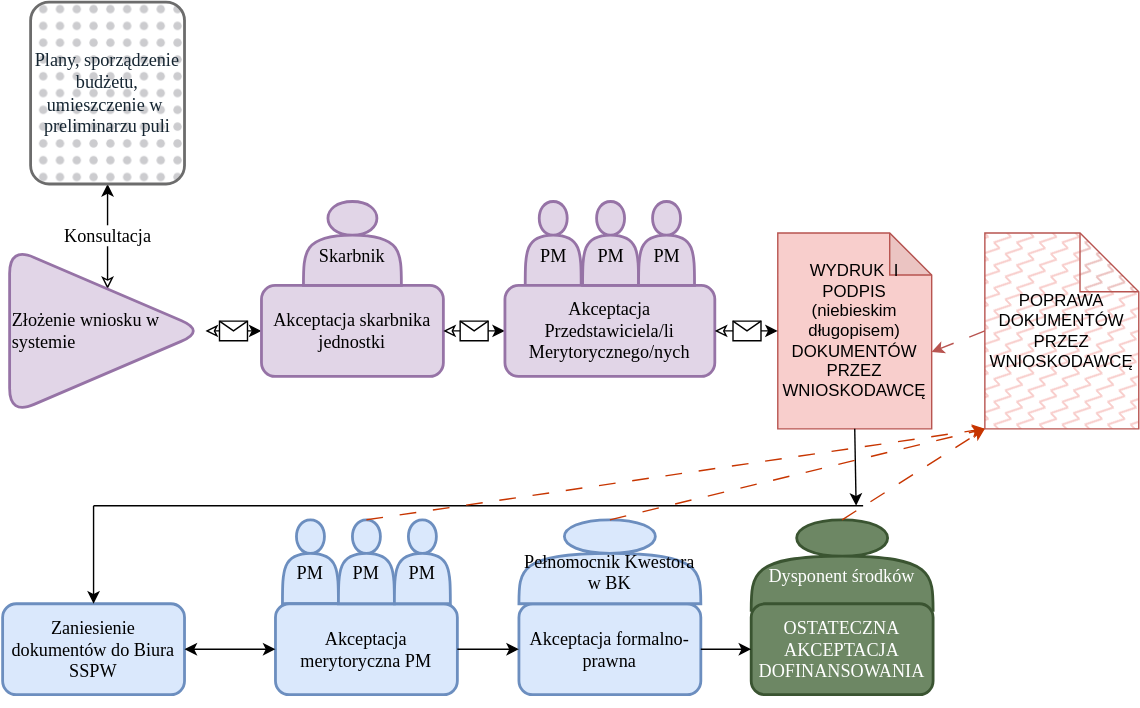
Earlier version of the draw.io export RYSUNEK PROCES WNIOSKOWANIA.svg (WelfareUnit/rysunki). Source tidied: cells renumbered, new cells last; positions are measured from the earlier drawing's top-left corner, leaving out a move shared by most shapes. Source of this version:
```xml
<mxGraphModel>
  <root>
    <mxCell id="0" />
    <mxCell id="1" parent="0" />
    <mxCell id="2" value="&lt;div style=&quot;font-size: 13px;&quot;&gt;Konsultacja&lt;/div&gt;" style="edgeStyle=orthogonalEdgeStyle;rounded=0;jettySize=auto;html=1;exitX=0.5;exitY=0;exitDx=0;exitDy=0;entryX=0.5;entryY=1;entryDx=0;entryDy=0;fontFamily=Source Sans 3;startArrow=classic;startFill=0;fontSize=13;fontSource=https%3A%2F%2Ffonts.googleapis.com%2Fcss%3Ffamily%3DSource%2BSans%2B3;" parent="1" edge="1" source="3" target="4">
      <mxGeometry relative="1" as="geometry" />
    </mxCell>
    <mxCell id="3" value="Złożenie wniosku w systemie" style="triangle;whiteSpace=wrap;html=1;fontFamily=Source Sans 3;align=left;strokeWidth=2;rounded=1;fillColor=#e1d5e7;strokeColor=#9673a6;fontSize=13;fontSource=https%3A%2F%2Ffonts.googleapis.com%2Fcss%3Ffamily%3DSource%2BSans%2B3;arcSize=38;" parent="1" vertex="1">
      <mxGeometry x="5" y="175" width="140" height="120" as="geometry" />
    </mxCell>
    <mxCell id="4" value="&lt;div align=&quot;center&quot;&gt;Plany, sporządzenie budżetu, umieszczenie w&amp;nbsp; preliminarzu puli&lt;br&gt;&lt;/div&gt;" style="rounded=1;whiteSpace=wrap;html=1;fontFamily=Source Sans 3;fontSize=13;strokeColor=#6C6C6C;strokeWidth=2;fillColor=#CCCCCF;align=center;fontColor=#162632;fontSource=https%3A%2F%2Ffonts.googleapis.com%2Fcss%3Ffamily%3DSource%2BSans%2B3;gradientColor=none;fillStyle=dots;arcSize=12;" parent="1" vertex="1">
      <mxGeometry x="20" width="110" height="130" as="geometry" />
    </mxCell>
    <mxCell id="5" style="endArrow=classic;html=1;fontFamily=Source Sans 3;fontSize=13;fontColor=#162632;exitX=1;exitY=0.5;exitDx=0;exitDy=0;entryX=0;entryY=0.5;entryDx=0;entryDy=0;startArrow=classic;startFill=0;fontSource=https%3A%2F%2Ffonts.googleapis.com%2Fcss%3Ffamily%3DSource%2BSans%2B3;" parent="1" edge="1" source="3" target="7">
      <mxGeometry relative="1" as="geometry" />
    </mxCell>
    <mxCell id="6" style="shape=message;html=1;fontFamily=Source Sans 3;fontSource=https%3A%2F%2Ffonts.googleapis.com%2Fcss%3Ffamily%3DSource%2BSans%2B3;fontSize=13;" parent="5" vertex="1">
      <mxGeometry width="20" height="14" relative="1" as="geometry">
        <mxPoint x="-10" y="-7" as="offset" />
      </mxGeometry>
    </mxCell>
    <mxCell id="7" value="Akceptacja skarbnika jednostki" style="rounded=1;whiteSpace=wrap;html=1;fontFamily=Source Sans 3;fontSize=13;strokeWidth=2;fillColor=#e1d5e7;align=center;strokeColor=#9673a6;labelPosition=center;verticalLabelPosition=middle;verticalAlign=middle;fontSource=https%3A%2F%2Ffonts.googleapis.com%2Fcss%3Ffamily%3DSource%2BSans%2B3;" parent="1" vertex="1">
      <mxGeometry x="185" y="202.5" width="130" height="65" as="geometry" />
    </mxCell>
    <mxCell id="8" value="&lt;div style=&quot;font-size: 13px;&quot;&gt;&lt;br style=&quot;font-size: 13px;&quot;&gt;&lt;/div&gt;&lt;div style=&quot;font-size: 13px;&quot;&gt;Skarbnik&lt;/div&gt;" style="shape=actor;whiteSpace=wrap;html=1;rounded=1;fontFamily=Source Sans 3;fontSize=13;strokeColor=#9673a6;strokeWidth=2;fillColor=#e1d5e7;align=center;fontSource=https%3A%2F%2Ffonts.googleapis.com%2Fcss%3Ffamily%3DSource%2BSans%2B3;" parent="1" vertex="1">
      <mxGeometry x="215" y="142.5" width="70" height="60" as="geometry" />
    </mxCell>
    <mxCell id="9" style="endArrow=classic;html=1;fontFamily=Source Sans 3;fontSize=13;fontColor=#162632;exitX=1;exitY=0.5;exitDx=0;exitDy=0;entryX=0;entryY=0.5;entryDx=0;entryDy=0;startArrow=classic;startFill=0;fontSource=https%3A%2F%2Ffonts.googleapis.com%2Fcss%3Ffamily%3DSource%2BSans%2B3;" parent="1" edge="1" source="7" target="13">
      <mxGeometry relative="1" as="geometry" />
    </mxCell>
    <mxCell id="10" style="shape=message;html=1;fontFamily=Source Sans 3;fontSource=https%3A%2F%2Ffonts.googleapis.com%2Fcss%3Ffamily%3DSource%2BSans%2B3;fontSize=13;" parent="9" vertex="1">
      <mxGeometry width="20" height="14" relative="1" as="geometry">
        <mxPoint x="-10" y="-7" as="offset" />
      </mxGeometry>
    </mxCell>
    <mxCell id="11" style="group;" parent="1" vertex="1">
      <mxGeometry x="359" y="142.5" width="150" height="125" as="geometry" />
    </mxCell>
    <mxCell id="12" value="&lt;div style=&quot;font-size: 13px;&quot;&gt;&lt;br style=&quot;font-size: 13px;&quot;&gt;&lt;/div&gt;&lt;div style=&quot;font-size: 13px;&quot;&gt;PM&lt;/div&gt;" style="shape=actor;whiteSpace=wrap;html=1;rounded=1;fontFamily=Source Sans 3;fontSize=13;strokeColor=#9673a6;strokeWidth=2;fillColor=#e1d5e7;align=center;fontSource=https%3A%2F%2Ffonts.googleapis.com%2Fcss%3Ffamily%3DSource%2BSans%2B3;" parent="11" vertex="1">
      <mxGeometry x="14.5" width="40" height="60" as="geometry" />
    </mxCell>
    <mxCell id="13" value="Akceptacja Przedstawiciela/li Merytorycznego/nych" style="rounded=1;whiteSpace=wrap;html=1;fontFamily=Source Sans 3;fontSize=13;strokeWidth=2;fillColor=#e1d5e7;align=center;strokeColor=#9673a6;labelPosition=center;verticalLabelPosition=middle;verticalAlign=middle;fontSource=https%3A%2F%2Ffonts.googleapis.com%2Fcss%3Ffamily%3DSource%2BSans%2B3;" parent="11" vertex="1">
      <mxGeometry y="60" width="150" height="65" as="geometry" />
    </mxCell>
    <mxCell id="14" value="&lt;div style=&quot;font-size: 13px;&quot;&gt;&lt;br style=&quot;font-size: 13px;&quot;&gt;&lt;/div&gt;&lt;div style=&quot;font-size: 13px;&quot;&gt;PM&lt;/div&gt;" style="shape=actor;whiteSpace=wrap;html=1;rounded=1;fontFamily=Source Sans 3;fontSize=13;strokeColor=#9673a6;strokeWidth=2;fillColor=#e1d5e7;align=center;fontSource=https%3A%2F%2Ffonts.googleapis.com%2Fcss%3Ffamily%3DSource%2BSans%2B3;" parent="11" vertex="1">
      <mxGeometry x="55.5" width="40" height="60" as="geometry" />
    </mxCell>
    <mxCell id="15" value="&lt;div style=&quot;font-size: 13px;&quot;&gt;&lt;br style=&quot;font-size: 13px;&quot;&gt;&lt;/div&gt;&lt;div style=&quot;font-size: 13px;&quot;&gt;PM&lt;/div&gt;" style="shape=actor;whiteSpace=wrap;html=1;rounded=1;fontFamily=Source Sans 3;fontSize=13;strokeColor=#9673a6;strokeWidth=2;fillColor=#e1d5e7;align=center;fontSource=https%3A%2F%2Ffonts.googleapis.com%2Fcss%3Ffamily%3DSource%2BSans%2B3;" parent="11" vertex="1">
      <mxGeometry x="95.5" width="40" height="60" as="geometry" />
    </mxCell>
    <mxCell id="16" value="WYDRUK&amp;nbsp; I PODPIS (niebieskim długopisem) DOKUMENTÓW PRZEZ WNIOSKODAWCĘ" style="shape=note;whiteSpace=wrap;html=1;backgroundOutline=1;darkOpacity=0.05;fillColor=#f8cecc;strokeColor=#b85450;" parent="1" vertex="1">
      <mxGeometry x="554" y="165" width="110" height="140" as="geometry" />
    </mxCell>
    <mxCell id="17" style="endArrow=classic;html=1;fontFamily=Source Sans 3;fontSize=13;fontColor=#162632;exitX=1;exitY=0.5;exitDx=0;exitDy=0;entryX=0;entryY=0.5;entryDx=0;entryDy=0;startArrow=classic;startFill=0;fontSource=https%3A%2F%2Ffonts.googleapis.com%2Fcss%3Ffamily%3DSource%2BSans%2B3;entryPerimeter=0;" parent="1" edge="1" source="13" target="16">
      <mxGeometry relative="1" as="geometry" />
    </mxCell>
    <mxCell id="18" style="shape=message;html=1;fontFamily=Source Sans 3;fontSource=https%3A%2F%2Ffonts.googleapis.com%2Fcss%3Ffamily%3DSource%2BSans%2B3;fontSize=13;" parent="17" vertex="1">
      <mxGeometry width="20" height="14" relative="1" as="geometry">
        <mxPoint x="-10" y="-7" as="offset" />
      </mxGeometry>
    </mxCell>
    <mxCell id="19" value="Zaniesienie dokumentów do Biura SSPW" style="rounded=1;whiteSpace=wrap;html=1;fontFamily=Source Sans 3;fontSize=13;strokeWidth=2;fillColor=#dae8fc;align=center;strokeColor=#6c8ebf;labelPosition=center;verticalLabelPosition=middle;verticalAlign=middle;fontSource=https%3A%2F%2Ffonts.googleapis.com%2Fcss%3Ffamily%3DSource%2BSans%2B3;" parent="1" vertex="1">
      <mxGeometry y="430" width="130" height="65" as="geometry" />
    </mxCell>
    <mxCell id="20" style="group;" parent="1" vertex="1">
      <mxGeometry x="195" y="370" width="130" height="125" as="geometry" />
    </mxCell>
    <mxCell id="21" value="&lt;div style=&quot;font-size: 13px;&quot;&gt;&lt;br style=&quot;font-size: 13px;&quot;&gt;&lt;/div&gt;&lt;div style=&quot;font-size: 13px;&quot;&gt;PM&lt;/div&gt;" style="shape=actor;whiteSpace=wrap;html=1;rounded=1;fontFamily=Source Sans 3;fontSize=13;strokeColor=#6c8ebf;strokeWidth=2;fillColor=#dae8fc;align=center;fontSource=https%3A%2F%2Ffonts.googleapis.com%2Fcss%3Ffamily%3DSource%2BSans%2B3;" parent="20" vertex="1">
      <mxGeometry x="5" width="40" height="60" as="geometry" />
    </mxCell>
    <mxCell id="22" value="Akceptacja merytoryczna PM" style="rounded=1;whiteSpace=wrap;html=1;fontFamily=Source Sans 3;fontSize=13;strokeWidth=2;fillColor=#dae8fc;align=center;strokeColor=#6c8ebf;labelPosition=center;verticalLabelPosition=middle;verticalAlign=middle;fontSource=https%3A%2F%2Ffonts.googleapis.com%2Fcss%3Ffamily%3DSource%2BSans%2B3;" parent="20" vertex="1">
      <mxGeometry y="60" width="130" height="65" as="geometry" />
    </mxCell>
    <mxCell id="23" value="&lt;div style=&quot;font-size: 13px;&quot;&gt;&lt;br style=&quot;font-size: 13px;&quot;&gt;&lt;/div&gt;&lt;div style=&quot;font-size: 13px;&quot;&gt;PM&lt;/div&gt;" style="shape=actor;whiteSpace=wrap;html=1;rounded=1;fontFamily=Source Sans 3;fontSize=13;strokeColor=#6c8ebf;strokeWidth=2;fillColor=#dae8fc;align=center;fontSource=https%3A%2F%2Ffonts.googleapis.com%2Fcss%3Ffamily%3DSource%2BSans%2B3;" parent="20" vertex="1">
      <mxGeometry x="45" width="40" height="60" as="geometry" />
    </mxCell>
    <mxCell id="24" value="&lt;div style=&quot;font-size: 13px;&quot;&gt;&lt;br style=&quot;font-size: 13px;&quot;&gt;&lt;/div&gt;&lt;div style=&quot;font-size: 13px;&quot;&gt;PM&lt;/div&gt;" style="shape=actor;whiteSpace=wrap;html=1;rounded=1;fontFamily=Source Sans 3;fontSize=13;strokeColor=#6c8ebf;strokeWidth=2;fillColor=#dae8fc;align=center;fontSource=https%3A%2F%2Ffonts.googleapis.com%2Fcss%3Ffamily%3DSource%2BSans%2B3;" parent="20" vertex="1">
      <mxGeometry x="85" width="40" height="60" as="geometry" />
    </mxCell>
    <mxCell id="25" style="endArrow=classic;startArrow=classic;html=1;fontFamily=Source Sans 3;fontSize=13;fontColor=#162632;exitX=0;exitY=0.5;exitDx=0;exitDy=0;entryX=1;entryY=0.5;entryDx=0;entryDy=0;fontSource=https%3A%2F%2Ffonts.googleapis.com%2Fcss%3Ffamily%3DSource%2BSans%2B3;" parent="1" edge="1" source="22" target="19">
      <mxGeometry relative="1" as="geometry" />
    </mxCell>
    <mxCell id="26" style="endArrow=none;html=1;rounded=0;entryX=0.5;entryY=1;entryDx=0;entryDy=0;entryPerimeter=0;startArrow=classic;startFill=1;" parent="1" edge="1" target="16">
      <mxGeometry relative="1" as="geometry">
        <mxPoint x="610" y="360" as="sourcePoint" />
      </mxGeometry>
    </mxCell>
    <mxCell id="27" style="endArrow=none;html=1;rounded=0;" parent="1" edge="1">
      <mxGeometry relative="1" as="geometry">
        <mxPoint x="65" y="360" as="sourcePoint" />
        <mxPoint x="615" y="360" as="targetPoint" />
      </mxGeometry>
    </mxCell>
    <mxCell id="28" style="endArrow=none;html=1;rounded=0;exitX=0.5;exitY=0;exitDx=0;exitDy=0;endFill=0;startArrow=classic;startFill=1;" parent="1" edge="1" source="19">
      <mxGeometry relative="1" as="geometry">
        <mxPoint x="65" y="360" as="targetPoint" />
      </mxGeometry>
    </mxCell>
    <mxCell id="29" style="group;" parent="1" vertex="1">
      <mxGeometry x="369" y="370" width="130" height="125" as="geometry" />
    </mxCell>
    <mxCell id="30" value="Akceptacja formalno-prawna" style="rounded=1;whiteSpace=wrap;html=1;fontFamily=Source Sans 3;fontSize=13;strokeWidth=2;fillColor=#dae8fc;align=center;strokeColor=#6c8ebf;labelPosition=center;verticalLabelPosition=middle;verticalAlign=middle;fontSource=https%3A%2F%2Ffonts.googleapis.com%2Fcss%3Ffamily%3DSource%2BSans%2B3;" parent="29" vertex="1">
      <mxGeometry y="60" width="130" height="65" as="geometry" />
    </mxCell>
    <mxCell id="31" value="&lt;div&gt;&lt;br&gt;&lt;/div&gt;&lt;div&gt;Pełnomocnik Kwestora w BK&lt;/div&gt;" style="shape=actor;whiteSpace=wrap;html=1;rounded=1;fontFamily=Source Sans 3;fontSize=13;strokeColor=#6c8ebf;strokeWidth=2;fillColor=#dae8fc;align=center;fontSource=https%3A%2F%2Ffonts.googleapis.com%2Fcss%3Ffamily%3DSource%2BSans%2B3;" parent="29" vertex="1">
      <mxGeometry width="130" height="60" as="geometry" />
    </mxCell>
    <mxCell id="32" style="endArrow=classic;html=1;rounded=0;exitX=1;exitY=0.5;exitDx=0;exitDy=0;entryX=0;entryY=0.5;entryDx=0;entryDy=0;" parent="1" edge="1" source="22" target="30">
      <mxGeometry relative="1" as="geometry" />
    </mxCell>
    <mxCell id="33" style="endArrow=classic;html=1;rounded=0;exitX=0.5;exitY=0;exitDx=0;exitDy=0;entryX=0;entryY=1;entryDx=0;entryDy=0;entryPerimeter=0;fillColor=#fa6800;strokeColor=#C73500;dashed=1;dashPattern=12 12;" parent="1" edge="1" source="31" target="40">
      <mxGeometry relative="1" as="geometry" />
    </mxCell>
    <mxCell id="34" style="endArrow=classic;html=1;rounded=0;exitX=0.5;exitY=0;exitDx=0;exitDy=0;entryX=0;entryY=1;entryDx=0;entryDy=0;entryPerimeter=0;fillColor=#fa6800;strokeColor=#C73500;dashed=1;dashPattern=12 12;" parent="1" edge="1" source="23" target="40">
      <mxGeometry relative="1" as="geometry" />
    </mxCell>
    <mxCell id="35" style="group;" parent="1" vertex="1">
      <mxGeometry x="535" y="370" width="130" height="135" as="geometry" />
    </mxCell>
    <mxCell id="36" value="&lt;div&gt;&lt;br&gt;&lt;/div&gt;&lt;div&gt;Dysponent środków&lt;br&gt;&lt;/div&gt;" style="shape=actor;whiteSpace=wrap;html=1;rounded=1;fontFamily=Source Sans 3;fontSize=13;strokeColor=#3A5431;strokeWidth=2;fillColor=#6d8764;align=center;fontSource=https%3A%2F%2Ffonts.googleapis.com%2Fcss%3Ffamily%3DSource%2BSans%2B3;fontColor=#ffffff;" parent="35" vertex="1">
      <mxGeometry width="130" height="64.8" as="geometry" />
    </mxCell>
    <mxCell id="37" value="OSTATECZNA AKCEPTACJA DOFINANSOWANIA" style="rounded=1;whiteSpace=wrap;html=1;fontFamily=Source Sans 3;fontSize=13;strokeWidth=2;fillColor=#6d8764;align=center;strokeColor=#3A5431;labelPosition=center;verticalLabelPosition=middle;verticalAlign=middle;fontSource=https%3A%2F%2Ffonts.googleapis.com%2Fcss%3Ffamily%3DSource%2BSans%2B3;fontColor=#ffffff;" parent="1" vertex="1">
      <mxGeometry x="535" y="430" width="130" height="65" as="geometry" />
    </mxCell>
    <mxCell id="38" style="endArrow=classic;html=1;rounded=0;entryX=0;entryY=0.5;entryDx=0;entryDy=0;exitX=1;exitY=0.5;exitDx=0;exitDy=0;" parent="1" edge="1" source="30" target="37">
      <mxGeometry relative="1" as="geometry" />
    </mxCell>
    <mxCell id="39" style="endArrow=classic;html=1;rounded=0;exitX=0.5;exitY=0;exitDx=0;exitDy=0;fillColor=#fa6800;strokeColor=#C73500;entryX=0;entryY=1;entryDx=0;entryDy=0;entryPerimeter=0;dashed=1;dashPattern=12 12;" parent="1" edge="1" source="36" target="40">
      <mxGeometry relative="1" as="geometry" />
    </mxCell>
    <mxCell id="40" value="POPRAWA DOKUMENTÓW PRZEZ WNIOSKODAWCĘ" style="shape=note;whiteSpace=wrap;html=1;backgroundOutline=1;darkOpacity=0.05;fillColor=#f8cecc;strokeColor=#b85450;size=42;fillStyle=zigzag-line;" parent="1" vertex="1">
      <mxGeometry x="702" y="165" width="110" height="140" as="geometry" />
    </mxCell>
    <mxCell id="41" style="endArrow=classic;html=1;rounded=0;exitX=0;exitY=0.5;exitDx=0;exitDy=0;exitPerimeter=0;entryX=0;entryY=0;entryDx=110;entryDy=85;entryPerimeter=0;fillColor=#f8cecc;strokeColor=#b85450;dashed=1;dashPattern=12 12;" parent="1" edge="1" source="40" target="16">
      <mxGeometry relative="1" as="geometry" />
    </mxCell>
  </root>
</mxGraphModel>
```
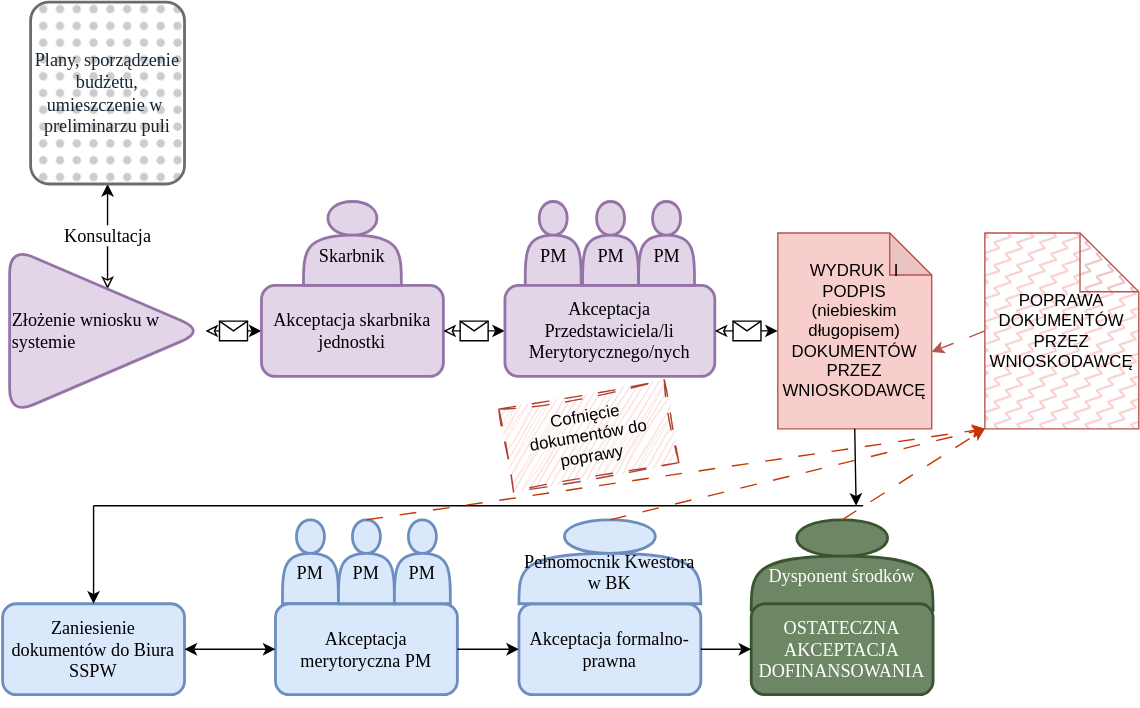
After the commit.

Change to the diagram source:
```diff
@@ -135,5 +135,8 @@
     <mxCell id="41" style="endArrow=classic;html=1;rounded=0;exitX=0;exitY=0.5;exitDx=0;exitDy=0;exitPerimeter=0;entryX=0;entryY=0;entryDx=110;entryDy=85;entryPerimeter=0;fillColor=#f8cecc;strokeColor=#b85450;dashed=1;dashPattern=12 12;" parent="1" edge="1" source="40" target="16">
       <mxGeometry relative="1" as="geometry" />
     </mxCell>
+    <mxCell id="42" value="Cofnięcie dokumentów do poprawy" style="text;html=1;strokeColor=#ae4132;fillColor=#fad9d5;align=center;verticalAlign=middle;whiteSpace=wrap;rounded=0;dashed=1;dashPattern=12 12;rotation=-10;shadow=0;glass=0;sketch=1;curveFitting=1;jiggle=2;" parent="1" vertex="1">
+      <mxGeometry x="359" y="280" width="120" height="60" as="geometry" />
+    </mxCell>
   </root>
 </mxGraphModel>
```
